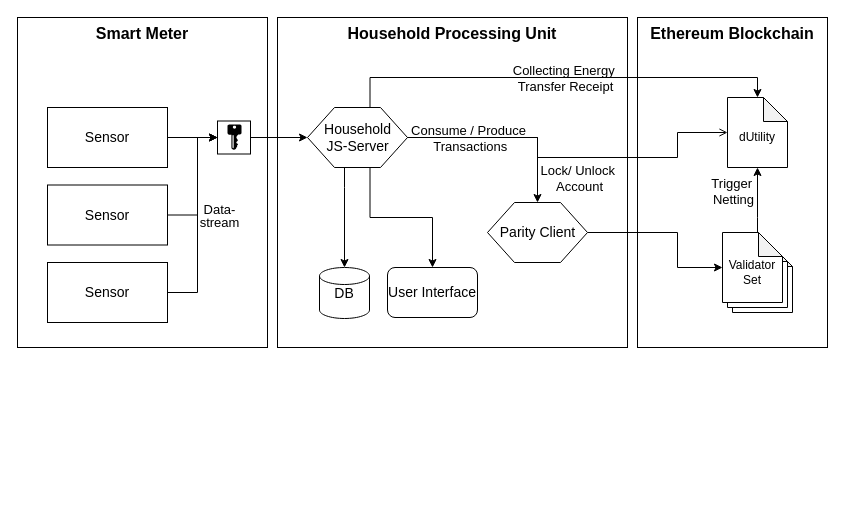
JacobEberhardt/decentralized-energy-trading keeps this draw.io diagram as documentation/architecture.drawio. Above is the earlier version. Source tidied: cells renumbered, new cells numbered last; positions are measured from the earlier drawing's top-left corner, leaving out a move shared by most shapes. Both pictures are drawn from the tidied source at 100%, with x=0, y=0 at pixel (17, 17).
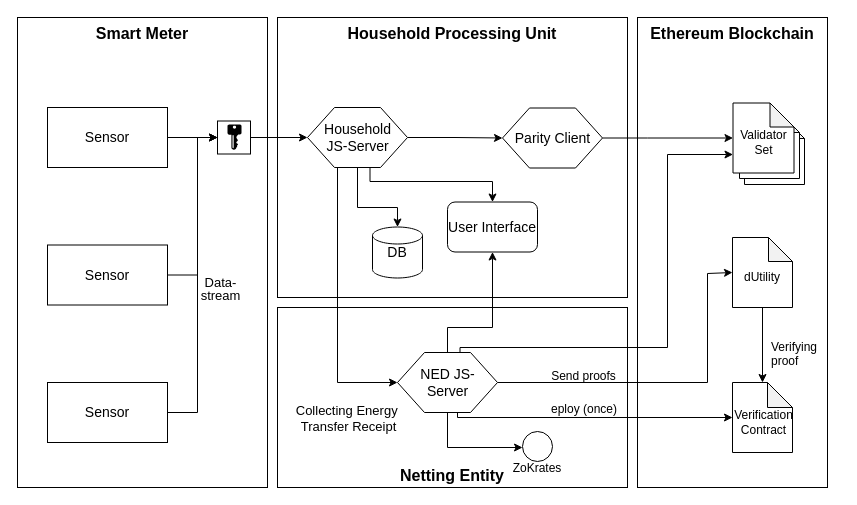
After the change.

Unchanged cells that the change refers to:
```xml
<mxCell id="4" style="edgeStyle=orthogonalEdgeStyle;rounded=0;jettySize=auto;html=1;labelPosition=center;verticalLabelPosition=top;align=center;verticalAlign=bottom;spacingTop=0;endArrow=classic;endFill=1;fontSize=12;entryX=0;entryY=0.5;entryDx=0;entryDy=0;" parent="1" edge="1" source="6" target="32">
  <mxGeometry relative="1" as="geometry" />
</mxCell>
<mxCell id="17" value="Household&lt;br style=&quot;font-size: 14px;&quot;&gt;JS-Server" style="verticalLabelPosition=middle;verticalAlign=middle;strokeWidth=1;shape=hexagon;perimeter=hexagonPerimeter2;arcSize=6;size=0.27;labelPosition=center;align=center;html=1;fontSize=14;" parent="1" vertex="1">
  <mxGeometry x="290" y="90" width="100" height="60" as="geometry" />
</mxCell>
<mxCell id="32" style="whiteSpace=wrap;html=1;" parent="1" vertex="1">
  <mxGeometry x="200" y="103.5" width="33" height="33" as="geometry" />
</mxCell>
```

Diff of the diagram source:
```diff
@@
+    <mxCell id="34" value="&lt;font style=&quot;font-size: 16px&quot;&gt;&lt;b&gt;Netting Entity&lt;/b&gt;&lt;/font&gt;" style="rounded=0;whiteSpace=wrap;html=1;fillColor=none;verticalAlign=bottom;" parent="1" vertex="1">
+      <mxGeometry x="260" y="290" width="350" height="180" as="geometry" />
+    </mxCell>
     <mxCell id="2" value="Ethereum Blockchain" style="rounded=0;whiteSpace=wrap;html=1;shadow=0;glass=0;comic=0;labelBackgroundColor=none;strokeColor=#000000;strokeWidth=1;fillColor=none;fontSize=16;verticalAlign=top;fontStyle=1;" parent="1" vertex="1">
-      <mxGeometry x="620" width="190" height="330" as="geometry" />
+      <mxGeometry x="620" width="190" height="470" as="geometry" />
     </mxCell>
+    <mxCell id="28" style="shape=note;html=1;backgroundOutline=1;darkOpacity=0.05;whiteSpace=wrap;rotation=0;labelPosition=center;verticalLabelPosition=middle;align=center;verticalAlign=middle;spacingTop=9;size=24;" parent="1" vertex="1">
+      <mxGeometry x="727" y="97" width="60" height="70" as="geometry" />
+    </mxCell>
+    <mxCell id="29" style="shape=note;html=1;backgroundOutline=1;darkOpacity=0.05;whiteSpace=wrap;rotation=0;labelPosition=center;verticalLabelPosition=middle;align=center;verticalAlign=middle;spacingTop=9;size=24;" parent="1" vertex="1">
+      <mxGeometry x="722" y="91" width="60" height="70" as="geometry" />
+    </mxCell>
     <mxCell id="3" value="Smart Meter" style="rounded=0;whiteSpace=wrap;html=1;labelBackgroundColor=none;strokeWidth=1;fillColor=none;fontSize=16;verticalAlign=top;fontStyle=1;" parent="1" vertex="1">
-      <mxGeometry width="250" height="330" as="geometry" />
+      <mxGeometry width="250" height="470" as="geometry" />
     </mxCell>
@@
     <mxCell id="5" value="&lt;p style=&quot;line-height: 100% ; font-size: 13px&quot;&gt;Data-&lt;br&gt;stream&lt;/p&gt;" style="text;html=1;align=center;verticalAlign=middle;labelBackgroundColor=none;fontSize=13;spacingLeft=3;" parent="4" vertex="1">
       <mxGeometry x="-0.29" y="1" relative="1" as="geometry">
-        <mxPoint x="32" y="78.5" as="offset" />
+        <mxPoint x="32.5" y="151" as="offset" />
       </mxGeometry>
     </mxCell>
@@
     <mxCell id="7" value="Household Processing Unit" style="rounded=0;whiteSpace=wrap;html=1;verticalAlign=top;fillColor=none;strokeWidth=1;strokeColor=#000000;perimeterSpacing=0;glass=0;shadow=0;comic=0;fontSize=16;fontStyle=1;" parent="1" vertex="1">
-      <mxGeometry x="260" width="350" height="330" as="geometry" />
+      <mxGeometry x="260" width="350" height="280" as="geometry" />
     </mxCell>
-    <mxCell id="8" style="edgeStyle=orthogonalEdgeStyle;rounded=0;jettySize=auto;html=1;exitX=1;exitY=0.5;exitDx=0;exitDy=0;entryX=0;entryY=0.5;entryDx=0;entryDy=0;entryPerimeter=0;fontSize=12;" parent="1" edge="1" source="9" target="30">
+    <mxCell id="8" style="edgeStyle=orthogonalEdgeStyle;rounded=0;jettySize=auto;html=1;fontSize=12;entryX=0;entryY=0.5;entryDx=0;entryDy=0;entryPerimeter=0;" parent="1" edge="1" source="9" target="30">
       <mxGeometry relative="1" as="geometry">
         <Array as="points">
-          <mxPoint x="660" y="215" />
-          <mxPoint x="660" y="250" />
+          <mxPoint x="630" y="120" />
+          <mxPoint x="630" y="120" />
         </Array>
       </mxGeometry>
     </mxCell>
-    <mxCell id="9" value="Parity Client" style="verticalLabelPosition=middle;verticalAlign=middle;html=1;strokeWidth=1;shape=hexagon;perimeter=hexagonPerimeter2;arcSize=6;size=0.27;fontSize=14;labelPosition=center;align=center;" parent="1" vertex="1">
-      <mxGeometry x="470" y="185" width="100" height="60" as="geometry" />
-    </mxCell>
+    <mxCell id="12" style="edgeStyle=orthogonalEdgeStyle;rounded=0;jettySize=auto;html=1;entryX=0.5;entryY=0;entryDx=0;entryDy=0;entryPerimeter=0;fontSize=12;" parent="1" edge="1" source="17" target="19">
+      <mxGeometry relative="1" as="geometry">
+        <Array as="points">
+          <mxPoint x="340" y="190" />
+          <mxPoint x="380" y="190" />
+        </Array>
+      </mxGeometry>
+    </mxCell>
+    <mxCell id="35" style="edgeStyle=orthogonalEdgeStyle;rounded=0;jettySize=auto;html=1;exitX=0.625;exitY=1;exitDx=0;exitDy=0;entryX=0.5;entryY=0;entryDx=0;entryDy=0;labelBackgroundColor=none;" parent="1" edge="1" source="17" target="20">
+      <mxGeometry relative="1" as="geometry">
+        <Array as="points">
+          <mxPoint x="353" y="164" />
+          <mxPoint x="475" y="164" />
+        </Array>
+      </mxGeometry>
+    </mxCell>
-    <mxCell id="10" style="edgeStyle=orthogonalEdgeStyle;rounded=0;jettySize=auto;html=1;exitX=1;exitY=0.75;exitDx=0;exitDy=0;fontSize=12;entryX=0.5;entryY=0;entryDx=0;entryDy=0;" parent="1" edge="1" source="17" target="9">
-      <mxGeometry relative="1" as="geometry">
-        <Array as="points">
-          <mxPoint x="379" y="120" />
-          <mxPoint x="520" y="120" />
-          <mxPoint x="520" y="185" />
-        </Array>
-      </mxGeometry>
+    <mxCell id="10" style="edgeStyle=orthogonalEdgeStyle;rounded=0;jettySize=auto;html=1;exitX=1;exitY=0.5;exitDx=0;exitDy=0;labelBackgroundColor=none;" parent="1" edge="1" source="17" target="9">
+      <mxGeometry relative="1" as="geometry" />
     </mxCell>
-    <mxCell id="11" value="Lock/ Unlock&amp;nbsp;&lt;br style=&quot;font-size: 13px&quot;&gt;Account&lt;br style=&quot;font-size: 13px&quot;&gt;" style="text;html=1;align=center;verticalAlign=middle;labelBackgroundColor=none;fontSize=13;spacingLeft=3;" parent="10" vertex="1">
-      <mxGeometry x="0.42" y="-1" relative="1" as="geometry">
-        <mxPoint x="41" y="39" as="offset" />
-      </mxGeometry>
-    </mxCell>
-    <mxCell id="12" style="edgeStyle=orthogonalEdgeStyle;rounded=0;jettySize=auto;html=1;entryX=0.5;entryY=0;entryDx=0;entryDy=0;entryPerimeter=0;fontSize=12;" parent="1" edge="1" source="17" target="19">
-      <mxGeometry relative="1" as="geometry">
-        <Array as="points">
-          <mxPoint x="327" y="170" />
-          <mxPoint x="327" y="170" />
-        </Array>
-      </mxGeometry>
-    </mxCell>
-    <mxCell id="13" style="edgeStyle=orthogonalEdgeStyle;rounded=0;jettySize=auto;html=1;exitX=1;exitY=0.5;exitDx=0;exitDy=0;endArrow=open;endFill=0;fontSize=12;entryX=0;entryY=0.5;entryDx=0;entryDy=0;entryPerimeter=0;" parent="1" edge="1" source="17" target="27">
-      <mxGeometry relative="1" as="geometry">
-        <Array as="points">
-          <mxPoint x="520" y="120" />
-          <mxPoint x="520" y="140" />
-          <mxPoint x="660" y="140" />
-          <mxPoint x="660" y="115" />
-        </Array>
-      </mxGeometry>
-    </mxCell>
-    <mxCell id="14" value="Consume / Produce&lt;br style=&quot;font-size: 13px&quot;&gt;&amp;nbsp;Transactions&lt;br style=&quot;font-size: 13px&quot;&gt;" style="text;html=1;align=center;verticalAlign=middle;labelBackgroundColor=none;fontSize=13;" parent="13" vertex="1">
-      <mxGeometry x="0.6" relative="1" as="geometry">
-        <mxPoint x="-210" y="-18" as="offset" />
-      </mxGeometry>
-    </mxCell>
-    <mxCell id="15" style="edgeStyle=orthogonalEdgeStyle;rounded=0;jettySize=auto;html=1;exitX=0.625;exitY=0;exitDx=0;exitDy=0;strokeColor=#000000;startArrow=none;startFill=0;fontSize=12;entryX=0.5;entryY=0;entryDx=0;entryDy=0;entryPerimeter=0;" parent="1" edge="1" source="17" target="27">
-      <mxGeometry relative="1" as="geometry">
-        <Array as="points">
-          <mxPoint x="353" y="60" />
-          <mxPoint x="740" y="60" />
-        </Array>
-      </mxGeometry>
-    </mxCell>
-    <mxCell id="16" value="Collecting Energy&amp;nbsp;&lt;br&gt;Transfer Receipt" style="text;html=1;align=center;verticalAlign=middle;labelBackgroundColor=none;fontSize=13;" parent="15" vertex="1">
-      <mxGeometry x="0.11" y="-1" relative="1" as="geometry">
-        <mxPoint x="-18" y="-1" as="offset" />
-      </mxGeometry>
-    </mxCell>
@@
-    <mxCell id="18" style="edgeStyle=orthogonalEdgeStyle;rounded=0;jettySize=auto;html=1;exitX=0.625;exitY=1;exitDx=0;exitDy=0;entryX=0.5;entryY=0;entryDx=0;entryDy=0;fontSize=12;" parent="1" edge="1" source="17" target="20">
+    <mxCell id="18" style="edgeStyle=orthogonalEdgeStyle;rounded=0;jettySize=auto;html=1;fontSize=12;entryX=0.5;entryY=1;entryDx=0;entryDy=0;exitX=0.5;exitY=0;exitDx=0;exitDy=0;" parent="1" edge="1" source="44" target="20">
       <mxGeometry relative="1" as="geometry">
         <Array as="points">
-          <mxPoint x="353" y="200" />
-          <mxPoint x="415" y="200" />
+          <mxPoint x="430" y="310" />
+          <mxPoint x="475" y="310" />
         </Array>
       </mxGeometry>
     </mxCell>
     <mxCell id="19" value="DB" style="strokeWidth=1;html=1;shape=mxgraph.flowchart.database;whiteSpace=wrap;fillColor=#FFFFFF;fontSize=14;" parent="1" vertex="1">
-      <mxGeometry x="302" y="250" width="50" height="51" as="geometry" />
+      <mxGeometry x="355" y="209.5" width="50" height="51" as="geometry" />
     </mxCell>
     <mxCell id="20" value="User Interface" style="rounded=1;whiteSpace=wrap;html=1;strokeWidth=1;fillColor=#FFFFFF;fontSize=14;" parent="1" vertex="1">
-      <mxGeometry x="370" y="250" width="90" height="50" as="geometry" />
+      <mxGeometry x="430" y="184.5" width="90" height="50" as="geometry" />
     </mxCell>
-    <mxCell id="21" style="edgeStyle=orthogonalEdgeStyle;rounded=0;jettySize=auto;html=1;endArrow=classic;endFill=1;fontSize=12;entryX=0.5;entryY=1;entryDx=0;entryDy=0;entryPerimeter=0;" parent="1" edge="1" source="30" target="27">
-      <mxGeometry relative="1" as="geometry">
-        <Array as="points">
-          <mxPoint x="740" y="200" />
-          <mxPoint x="740" y="200" />
-        </Array>
-      </mxGeometry>
-    </mxCell>
-    <mxCell id="22" value="Trigger&amp;nbsp;&lt;br&gt;Netting" style="text;html=1;align=center;verticalAlign=middle;labelBackgroundColor=none;fontSize=13;" parent="21" vertex="1">
-      <mxGeometry x="0.25" y="-1" relative="1" as="geometry">
-        <mxPoint x="-26" y="-0.5" as="offset" />
-      </mxGeometry>
-    </mxCell>
     <mxCell id="23" style="edgeStyle=orthogonalEdgeStyle;rounded=0;jettySize=auto;html=1;exitX=1;exitY=0.5;exitDx=0;exitDy=0;entryX=0;entryY=0.5;entryDx=0;entryDy=0;fontSize=12;" parent="1" edge="1" source="24" target="32">
       <mxGeometry relative="1" as="geometry">
         <Array as="points">
-          <mxPoint x="180" y="198" />
+          <mxPoint x="180" y="258" />
           <mxPoint x="180" y="120" />
         </Array>
       </mxGeometry>
     </mxCell>
     <mxCell id="24" value="Sensor" style="rounded=0;whiteSpace=wrap;html=1;fontSize=14;" parent="1" vertex="1">
-      <mxGeometry x="30" y="167.5" width="120" height="60" as="geometry" />
+      <mxGeometry x="30" y="227.5" width="120" height="60" as="geometry" />
     </mxCell>
     <mxCell id="25" style="edgeStyle=orthogonalEdgeStyle;rounded=0;jettySize=auto;html=1;exitX=1;exitY=0.5;exitDx=0;exitDy=0;entryX=0;entryY=0.5;entryDx=0;entryDy=0;fontSize=12;" parent="1" edge="1" source="26" target="32">
       <mxGeometry relative="1" as="geometry">
         <Array as="points">
-          <mxPoint x="180" y="275" />
+          <mxPoint x="180" y="395" />
           <mxPoint x="180" y="120" />
         </Array>
       </mxGeometry>
     </mxCell>
     <mxCell id="26" value="Sensor" style="rounded=0;whiteSpace=wrap;html=1;fontSize=14;" parent="1" vertex="1">
-      <mxGeometry x="30" y="245" width="120" height="60" as="geometry" />
+      <mxGeometry x="30" y="365" width="120" height="60" as="geometry" />
     </mxCell>
+    <mxCell id="36" style="edgeStyle=orthogonalEdgeStyle;rounded=0;jettySize=auto;html=1;exitX=0.5;exitY=1;exitDx=0;exitDy=0;exitPerimeter=0;entryX=0.5;entryY=0;entryDx=0;entryDy=0;entryPerimeter=0;labelBackgroundColor=none;" parent="1" edge="1" source="27" target="45">
+      <mxGeometry relative="1" as="geometry" />
+    </mxCell>
     <mxCell id="27" value="dUtility" style="shape=note;html=1;backgroundOutline=1;darkOpacity=0.05;whiteSpace=wrap;rotation=0;labelPosition=center;verticalLabelPosition=middle;align=center;verticalAlign=middle;spacingTop=9;size=24;" parent="1" vertex="1">
-      <mxGeometry x="710" y="80" width="60" height="70" as="geometry" />
+      <mxGeometry x="715" y="220" width="60" height="70" as="geometry" />
     </mxCell>
-    <mxCell id="28" style="shape=note;html=1;backgroundOutline=1;darkOpacity=0.05;whiteSpace=wrap;rotation=0;labelPosition=center;verticalLabelPosition=middle;align=center;verticalAlign=middle;spacingTop=9;size=24;" parent="1" vertex="1">
-      <mxGeometry x="715" y="225" width="60" height="70" as="geometry" />
-    </mxCell>
-    <mxCell id="29" style="shape=note;html=1;backgroundOutline=1;darkOpacity=0.05;whiteSpace=wrap;rotation=0;labelPosition=center;verticalLabelPosition=middle;align=center;verticalAlign=middle;spacingTop=9;size=24;" parent="1" vertex="1">
-      <mxGeometry x="710" y="220" width="60" height="70" as="geometry" />
-    </mxCell>
-    <mxCell id="30" value="Validator Set&lt;br&gt;" style="shape=note;html=1;backgroundOutline=1;darkOpacity=0.05;whiteSpace=wrap;rotation=0;labelPosition=center;verticalLabelPosition=middle;align=center;verticalAlign=middle;spacingTop=9;size=24;" parent="1" vertex="1">
-      <mxGeometry x="705" y="215" width="60" height="70" as="geometry" />
-    </mxCell>
@@
+    <mxCell id="37" value="ZoKrates" style="ellipse;whiteSpace=wrap;html=1;fillColor=none;labelPosition=center;verticalLabelPosition=bottom;align=center;verticalAlign=top;spacingTop=-7;" parent="1" vertex="1">
+      <mxGeometry x="505" y="414" width="30" height="30" as="geometry" />
+    </mxCell>
+    <mxCell id="38" style="edgeStyle=orthogonalEdgeStyle;rounded=0;jettySize=auto;html=1;exitX=1;exitY=0.5;exitDx=0;exitDy=0;entryX=0;entryY=0.5;entryDx=0;entryDy=0;entryPerimeter=0;labelBackgroundColor=none;labelPosition=center;verticalLabelPosition=top;align=center;verticalAlign=bottom;" parent="1" edge="1" source="44" target="27">
+      <mxGeometry relative="1" as="geometry">
+        <Array as="points">
+          <mxPoint x="690" y="365" />
+          <mxPoint x="690" y="256" />
+        </Array>
+      </mxGeometry>
+    </mxCell>
+    <mxCell id="39" value="Send proofs&lt;br&gt;" style="text;html=1;align=center;verticalAlign=middle;labelBackgroundColor=none;" parent="38" vertex="1">
+      <mxGeometry x="-0.19" relative="1" as="geometry">
+        <mxPoint x="-54" y="-7" as="offset" />
+      </mxGeometry>
+    </mxCell>
+    <mxCell id="40" style="edgeStyle=orthogonalEdgeStyle;rounded=0;jettySize=auto;html=1;exitX=0.5;exitY=1;exitDx=0;exitDy=0;labelBackgroundColor=none;" parent="1" edge="1" source="44" target="37">
+      <mxGeometry relative="1" as="geometry">
+        <Array as="points">
+          <mxPoint x="430" y="430" />
+        </Array>
+      </mxGeometry>
+    </mxCell>
+    <mxCell id="41" style="edgeStyle=orthogonalEdgeStyle;rounded=0;jettySize=auto;html=1;labelBackgroundColor=none;" parent="1" edge="1" source="44" target="45">
+      <mxGeometry relative="1" as="geometry">
+        <Array as="points">
+          <mxPoint x="440" y="400" />
+        </Array>
+      </mxGeometry>
+    </mxCell>
+    <mxCell id="42" value="eploy (once)&lt;br&gt;" style="text;html=1;align=right;verticalAlign=bottom;labelBackgroundColor=none;labelPosition=left;verticalLabelPosition=top;" parent="41" vertex="1">
+      <mxGeometry x="0.31" y="2" relative="1" as="geometry">
+        <mxPoint x="-18.5" y="2" as="offset" />
+      </mxGeometry>
+    </mxCell>
+    <mxCell id="43" style="edgeStyle=orthogonalEdgeStyle;rounded=0;jettySize=auto;html=1;exitX=0.625;exitY=0;exitDx=0;exitDy=0;labelBackgroundColor=none;" parent="1" edge="1" source="44" target="30">
+      <mxGeometry relative="1" as="geometry">
+        <Array as="points">
+          <mxPoint x="442" y="330" />
+          <mxPoint x="650" y="330" />
+          <mxPoint x="650" y="137" />
+        </Array>
+      </mxGeometry>
+    </mxCell>
+    <mxCell id="44" value="NED JS-&lt;br&gt;Server" style="verticalLabelPosition=middle;verticalAlign=middle;strokeWidth=1;shape=hexagon;perimeter=hexagonPerimeter2;arcSize=6;size=0.27;labelPosition=center;align=center;html=1;fontSize=14;" parent="1" vertex="1">
+      <mxGeometry x="380" y="335" width="100" height="60" as="geometry" />
+    </mxCell>
+    <mxCell id="45" value="Verification Contract&lt;br&gt;" style="shape=note;html=1;backgroundOutline=1;darkOpacity=0.05;whiteSpace=wrap;rotation=0;labelPosition=center;verticalLabelPosition=middle;align=center;verticalAlign=middle;spacingTop=9;size=25;spacingLeft=3;" parent="1" vertex="1">
+      <mxGeometry x="715" y="365" width="60" height="70" as="geometry" />
+    </mxCell>
+    <mxCell id="46" style="edgeStyle=orthogonalEdgeStyle;rounded=0;jettySize=auto;html=1;strokeColor=#000000;startArrow=none;startFill=0;fontSize=12;entryX=0;entryY=0.5;entryDx=0;entryDy=0;" parent="1" edge="1" source="17" target="44">
+      <mxGeometry relative="1" as="geometry">
+        <Array as="points">
+          <mxPoint x="320" y="365" />
+        </Array>
+      </mxGeometry>
+    </mxCell>
+    <mxCell id="16" value="Collecting Energy&amp;nbsp;&lt;br&gt;Transfer Receipt" style="text;html=1;align=center;verticalAlign=middle;labelBackgroundColor=none;fontSize=13;" parent="46" vertex="1">
+      <mxGeometry x="0.11" y="-1" relative="1" as="geometry">
+        <mxPoint x="11" y="97.5" as="offset" />
+      </mxGeometry>
+    </mxCell>
+    <mxCell id="9" value="Parity Client" style="verticalLabelPosition=middle;verticalAlign=middle;html=1;strokeWidth=1;shape=hexagon;perimeter=hexagonPerimeter2;arcSize=6;size=0.27;fontSize=14;labelPosition=center;align=center;" parent="1" vertex="1">
+      <mxGeometry x="485" y="90.5" width="100" height="60" as="geometry" />
+    </mxCell>
+    <mxCell id="30" value="Validator Set&lt;br&gt;" style="shape=note;html=1;backgroundOutline=1;darkOpacity=0.05;whiteSpace=wrap;rotation=0;labelPosition=center;verticalLabelPosition=middle;align=center;verticalAlign=middle;spacingTop=9;size=24;" parent="1" vertex="1">
+      <mxGeometry x="715.5" y="85.5" width="61" height="70" as="geometry" />
+    </mxCell>
+    <mxCell id="47" value="Verifying&amp;nbsp;&lt;br&gt;proof" style="text;html=1;align=left;verticalAlign=top;spacingTop=-4;" parent="1" vertex="1">
+      <mxGeometry x="752" y="320" width="70" height="30" as="geometry" />
+    </mxCell>
```
